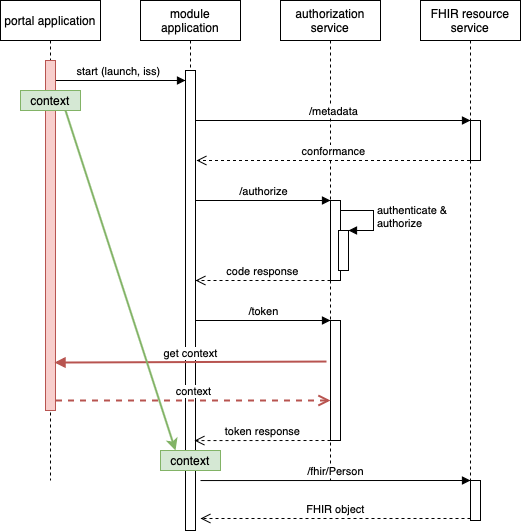
This is diagrams/SMART on FHIR Application Launch Framework - Context.drawio.png from Koppeltaal/Koppeltaal-2.0-SMART-HTI-On-FHIR, a draw.io export, as it was before one commit. Source tidied: cells renumbered, new cells last; positions are measured from the earlier drawing's top-left corner, leaving out a move shared by most shapes. The source it was exported from:
```xml
<mxGraphModel>
  <root>
    <mxCell id="0" />
    <mxCell id="1" parent="0" />
    <mxCell id="2" value="module application" style="shape=umlLifeline;perimeter=lifelinePerimeter;whiteSpace=wrap;html=1;" parent="1" vertex="1">
      <mxGeometry x="140" width="100" height="530" as="geometry" />
    </mxCell>
    <mxCell id="3" style="html=1;points=[];perimeter=orthogonalPerimeter;" parent="2" vertex="1">
      <mxGeometry x="45" y="70" width="10" height="460" as="geometry" />
    </mxCell>
    <mxCell id="4" value="portal application" style="shape=umlLifeline;perimeter=lifelinePerimeter;whiteSpace=wrap;html=1;outlineConnect=0;" parent="1" vertex="1">
      <mxGeometry width="100" height="480" as="geometry" />
    </mxCell>
    <mxCell id="5" value="authorization service" style="shape=umlLifeline;perimeter=lifelinePerimeter;whiteSpace=wrap;html=1;" parent="1" vertex="1">
      <mxGeometry x="280" width="100" height="480" as="geometry" />
    </mxCell>
    <mxCell id="6" value="FHIR resource service" style="shape=umlLifeline;perimeter=lifelinePerimeter;whiteSpace=wrap;html=1;outlineConnect=0;" parent="1" vertex="1">
      <mxGeometry x="420" width="100" height="480" as="geometry" />
    </mxCell>
    <mxCell id="7" value="start (launch, iss)" style="html=1;verticalAlign=bottom;startArrow=oval;endArrow=block;startSize=8;" parent="1" edge="1" source="4" target="3">
      <mxGeometry relative="1" as="geometry">
        <Array as="points">
          <mxPoint x="140" y="80" />
        </Array>
      </mxGeometry>
    </mxCell>
    <mxCell id="8" style="html=1;points=[];perimeter=orthogonalPerimeter;" parent="1" vertex="1">
      <mxGeometry x="470" y="120" width="10" height="40" as="geometry" />
    </mxCell>
    <mxCell id="9" value="/metadata" style="html=1;verticalAlign=bottom;endArrow=block;entryX=0;entryY=0;" parent="1" edge="1" source="3" target="8">
      <mxGeometry relative="1" as="geometry" />
    </mxCell>
    <mxCell id="10" value="conformance" style="html=1;verticalAlign=bottom;endArrow=open;dashed=1;endSize=8;" parent="1" edge="1" source="6">
      <mxGeometry relative="1" as="geometry">
        <mxPoint x="196" y="160" as="targetPoint" />
        <Array as="points">
          <mxPoint x="410" y="160" />
        </Array>
      </mxGeometry>
    </mxCell>
    <mxCell id="11" style="html=1;points=[];perimeter=orthogonalPerimeter;" parent="1" vertex="1">
      <mxGeometry x="330" y="200" width="10" height="80" as="geometry" />
    </mxCell>
    <mxCell id="12" value="/authorize" style="html=1;verticalAlign=bottom;endArrow=block;entryX=0;entryY=0;" parent="1" edge="1" source="3" target="11">
      <mxGeometry relative="1" as="geometry" />
    </mxCell>
    <mxCell id="13" value="code response" style="html=1;verticalAlign=bottom;endArrow=open;dashed=1;endSize=8;exitX=0;exitY=0.95;" parent="1" edge="1">
      <mxGeometry relative="1" as="geometry">
        <mxPoint x="330" y="280" as="sourcePoint" />
        <mxPoint x="195" y="280" as="targetPoint" />
      </mxGeometry>
    </mxCell>
    <mxCell id="14" style="html=1;points=[];perimeter=orthogonalPerimeter;" parent="1" vertex="1">
      <mxGeometry x="338" y="230" width="10" height="40" as="geometry" />
    </mxCell>
    <mxCell id="15" value="authenticate &amp;amp; &lt;br&gt;authorize" style="edgeStyle=orthogonalEdgeStyle;html=1;align=left;spacingLeft=2;endArrow=block;rounded=0;entryX=1;entryY=0;" parent="1" edge="1" target="14">
      <mxGeometry relative="1" as="geometry">
        <mxPoint x="340" y="210" as="sourcePoint" />
        <Array as="points">
          <mxPoint x="373" y="210" />
        </Array>
      </mxGeometry>
    </mxCell>
    <mxCell id="16" style="html=1;points=[];perimeter=orthogonalPerimeter;" parent="1" vertex="1">
      <mxGeometry x="330" y="320" width="10" height="120" as="geometry" />
    </mxCell>
    <mxCell id="17" value="/token" style="html=1;verticalAlign=bottom;endArrow=block;entryX=0;entryY=0;" parent="1" edge="1" target="16">
      <mxGeometry relative="1" as="geometry">
        <mxPoint x="195" y="320" as="sourcePoint" />
      </mxGeometry>
    </mxCell>
    <mxCell id="18" value="token response" style="html=1;verticalAlign=bottom;endArrow=open;dashed=1;endSize=8;exitX=0;exitY=0.95;entryX=0.9;entryY=0.888;entryDx=0;entryDy=0;entryPerimeter=0;" parent="1" edge="1">
      <mxGeometry relative="1" as="geometry">
        <mxPoint x="330" y="440" as="sourcePoint" />
        <mxPoint x="194" y="440.1" as="targetPoint" />
      </mxGeometry>
    </mxCell>
    <mxCell id="19" style="html=1;points=[];perimeter=orthogonalPerimeter;" parent="1" vertex="1">
      <mxGeometry x="470" y="480" width="10" height="40" as="geometry" />
    </mxCell>
    <mxCell id="20" value="/fhir/Person" style="html=1;verticalAlign=bottom;endArrow=block;entryX=0;entryY=0;exitX=1.5;exitY=0.805;exitDx=0;exitDy=0;exitPerimeter=0;" parent="1" edge="1" target="19">
      <mxGeometry relative="1" as="geometry">
        <mxPoint x="200" y="480" as="sourcePoint" />
      </mxGeometry>
    </mxCell>
    <mxCell id="21" value="FHIR object" style="html=1;verticalAlign=bottom;endArrow=open;dashed=1;endSize=8;exitX=0;exitY=0.95;" parent="1" edge="1" source="19">
      <mxGeometry relative="1" as="geometry">
        <mxPoint x="200" y="518" as="targetPoint" />
      </mxGeometry>
    </mxCell>
    <mxCell id="22" style="html=1;points=[];perimeter=orthogonalPerimeter;fillColor=#f8cecc;strokeColor=#b85450;" parent="1" vertex="1">
      <mxGeometry x="45" y="60" width="10" height="350" as="geometry" />
    </mxCell>
    <mxCell id="23" value="get context" style="html=1;verticalAlign=bottom;endArrow=block;exitX=-0.4;exitY=0.342;exitDx=0;exitDy=0;exitPerimeter=0;fillColor=#f8cecc;strokeColor=#b85450;strokeWidth=2;entryX=0.9;entryY=0.863;entryDx=0;entryDy=0;entryPerimeter=0;" parent="1" edge="1" source="16" target="22">
      <mxGeometry relative="1" as="geometry" />
    </mxCell>
    <mxCell id="24" value="context" style="html=1;verticalAlign=bottom;endArrow=open;dashed=1;endSize=8;fillColor=#f8cecc;strokeColor=#b85450;strokeWidth=2;" parent="1" edge="1">
      <mxGeometry relative="1" as="geometry">
        <mxPoint x="55.5" y="400" as="sourcePoint" />
        <mxPoint x="330" y="400" as="targetPoint" />
        <Array as="points">
          <mxPoint x="120.5" y="400" />
        </Array>
      </mxGeometry>
    </mxCell>
    <mxCell id="25" value="context" style="rounded=0;whiteSpace=wrap;html=1;fillColor=#d5e8d4;strokeColor=#82b366;" parent="1" vertex="1">
      <mxGeometry x="20" y="90" width="60" height="20" as="geometry" />
    </mxCell>
    <mxCell id="26" style="endArrow=classic;html=1;exitX=0.75;exitY=1;exitDx=0;exitDy=0;entryX=0.25;entryY=0;entryDx=0;entryDy=0;fillColor=#d5e8d4;strokeColor=#82b366;strokeWidth=2;" parent="1" edge="1" source="25" target="27">
      <mxGeometry relative="1" as="geometry" />
    </mxCell>
    <mxCell id="27" value="context" style="rounded=0;whiteSpace=wrap;html=1;fillColor=#d5e8d4;strokeColor=#82b366;" parent="1" vertex="1">
      <mxGeometry x="160" y="450" width="60" height="20" as="geometry" />
    </mxCell>
  </root>
</mxGraphModel>
```
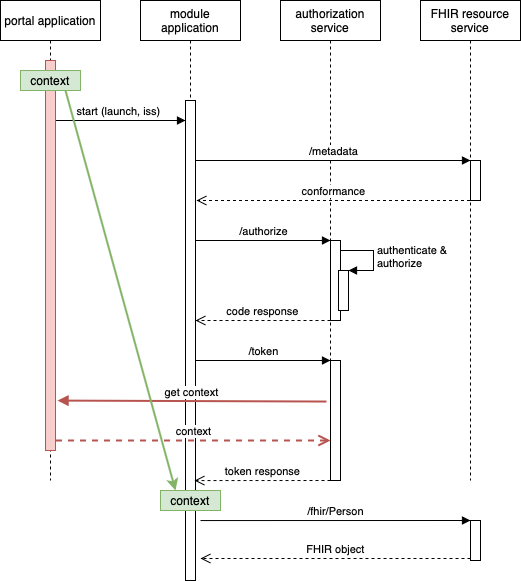
Later version of the same file.

Diff of the diagram source:
```diff
@@ -3,10 +3,10 @@
     <mxCell id="0" />
     <mxCell id="1" parent="0" />
     <mxCell id="2" value="module application" style="shape=umlLifeline;perimeter=lifelinePerimeter;whiteSpace=wrap;html=1;" parent="1" vertex="1">
-      <mxGeometry x="140" width="100" height="530" as="geometry" />
+      <mxGeometry x="140" width="100" height="580" as="geometry" />
     </mxCell>
     <mxCell id="3" style="html=1;points=[];perimeter=orthogonalPerimeter;" parent="2" vertex="1">
-      <mxGeometry x="45" y="70" width="10" height="460" as="geometry" />
+      <mxGeometry x="45" y="100" width="10" height="480" as="geometry" />
     </mxCell>
     <mxCell id="4" value="portal application" style="shape=umlLifeline;perimeter=lifelinePerimeter;whiteSpace=wrap;html=1;outlineConnect=0;" parent="1" vertex="1">
       <mxGeometry width="100" height="480" as="geometry" />
@@ -17,100 +17,107 @@
     <mxCell id="6" value="FHIR resource service" style="shape=umlLifeline;perimeter=lifelinePerimeter;whiteSpace=wrap;html=1;outlineConnect=0;" parent="1" vertex="1">
       <mxGeometry x="420" width="100" height="480" as="geometry" />
     </mxCell>
-    <mxCell id="7" value="start (launch, iss)" style="html=1;verticalAlign=bottom;startArrow=oval;endArrow=block;startSize=8;" parent="1" edge="1" source="4" target="3">
+    <mxCell id="7" value="start (launch, iss)" style="html=1;verticalAlign=bottom;startArrow=oval;endArrow=block;startSize=8;" parent="1" edge="1">
       <mxGeometry relative="1" as="geometry">
+        <mxPoint x="49.5" y="120" as="sourcePoint" />
+        <mxPoint x="185" y="120" as="targetPoint" />
         <Array as="points">
-          <mxPoint x="140" y="80" />
+          <mxPoint x="140" y="120" />
         </Array>
       </mxGeometry>
     </mxCell>
     <mxCell id="8" style="html=1;points=[];perimeter=orthogonalPerimeter;" parent="1" vertex="1">
-      <mxGeometry x="470" y="120" width="10" height="40" as="geometry" />
+      <mxGeometry x="470" y="160" width="10" height="40" as="geometry" />
     </mxCell>
-    <mxCell id="9" value="/metadata" style="html=1;verticalAlign=bottom;endArrow=block;entryX=0;entryY=0;" parent="1" edge="1" source="3" target="8">
-      <mxGeometry relative="1" as="geometry" />
+    <mxCell id="9" value="/metadata" style="html=1;verticalAlign=bottom;endArrow=block;entryX=0;entryY=0;" parent="1" edge="1" target="8">
+      <mxGeometry relative="1" as="geometry">
+        <mxPoint x="195" y="160" as="sourcePoint" />
+      </mxGeometry>
     </mxCell>
-    <mxCell id="10" value="conformance" style="html=1;verticalAlign=bottom;endArrow=open;dashed=1;endSize=8;" parent="1" edge="1" source="6">
+    <mxCell id="10" value="conformance" style="html=1;verticalAlign=bottom;endArrow=open;dashed=1;endSize=8;" parent="1" edge="1">
       <mxGeometry relative="1" as="geometry">
-        <mxPoint x="196" y="160" as="targetPoint" />
+        <mxPoint x="469.5" y="200" as="sourcePoint" />
+        <mxPoint x="196" y="200" as="targetPoint" />
         <Array as="points">
-          <mxPoint x="410" y="160" />
+          <mxPoint x="410" y="200" />
         </Array>
       </mxGeometry>
     </mxCell>
     <mxCell id="11" style="html=1;points=[];perimeter=orthogonalPerimeter;" parent="1" vertex="1">
-      <mxGeometry x="330" y="200" width="10" height="80" as="geometry" />
+      <mxGeometry x="330" y="240" width="10" height="80" as="geometry" />
     </mxCell>
-    <mxCell id="12" value="/authorize" style="html=1;verticalAlign=bottom;endArrow=block;entryX=0;entryY=0;" parent="1" edge="1" source="3" target="11">
-      <mxGeometry relative="1" as="geometry" />
+    <mxCell id="12" value="/authorize" style="html=1;verticalAlign=bottom;endArrow=block;entryX=0;entryY=0;" parent="1" edge="1" target="11">
+      <mxGeometry relative="1" as="geometry">
+        <mxPoint x="195" y="240" as="sourcePoint" />
+      </mxGeometry>
     </mxCell>
     <mxCell id="13" value="code response" style="html=1;verticalAlign=bottom;endArrow=open;dashed=1;endSize=8;exitX=0;exitY=0.95;" parent="1" edge="1">
       <mxGeometry relative="1" as="geometry">
-        <mxPoint x="330" y="280" as="sourcePoint" />
-        <mxPoint x="195" y="280" as="targetPoint" />
+        <mxPoint x="330" y="320" as="sourcePoint" />
+        <mxPoint x="195" y="320" as="targetPoint" />
       </mxGeometry>
     </mxCell>
     <mxCell id="14" style="html=1;points=[];perimeter=orthogonalPerimeter;" parent="1" vertex="1">
-      <mxGeometry x="338" y="230" width="10" height="40" as="geometry" />
+      <mxGeometry x="338" y="270" width="10" height="40" as="geometry" />
     </mxCell>
     <mxCell id="15" value="authenticate &amp;amp; &lt;br&gt;authorize" style="edgeStyle=orthogonalEdgeStyle;html=1;align=left;spacingLeft=2;endArrow=block;rounded=0;entryX=1;entryY=0;" parent="1" edge="1" target="14">
       <mxGeometry relative="1" as="geometry">
-        <mxPoint x="340" y="210" as="sourcePoint" />
+        <mxPoint x="340" y="250" as="sourcePoint" />
         <Array as="points">
-          <mxPoint x="373" y="210" />
+          <mxPoint x="373" y="250" />
         </Array>
       </mxGeometry>
     </mxCell>
     <mxCell id="16" style="html=1;points=[];perimeter=orthogonalPerimeter;" parent="1" vertex="1">
-      <mxGeometry x="330" y="320" width="10" height="120" as="geometry" />
+      <mxGeometry x="330" y="360" width="10" height="120" as="geometry" />
     </mxCell>
     <mxCell id="17" value="/token" style="html=1;verticalAlign=bottom;endArrow=block;entryX=0;entryY=0;" parent="1" edge="1" target="16">
       <mxGeometry relative="1" as="geometry">
-        <mxPoint x="195" y="320" as="sourcePoint" />
+        <mxPoint x="195" y="360" as="sourcePoint" />
       </mxGeometry>
     </mxCell>
     <mxCell id="18" value="token response" style="html=1;verticalAlign=bottom;endArrow=open;dashed=1;endSize=8;exitX=0;exitY=0.95;entryX=0.9;entryY=0.888;entryDx=0;entryDy=0;entryPerimeter=0;" parent="1" edge="1">
       <mxGeometry relative="1" as="geometry">
-        <mxPoint x="330" y="440" as="sourcePoint" />
-        <mxPoint x="194" y="440.1" as="targetPoint" />
+        <mxPoint x="330" y="480" as="sourcePoint" />
+        <mxPoint x="194" y="480.1" as="targetPoint" />
       </mxGeometry>
     </mxCell>
     <mxCell id="19" style="html=1;points=[];perimeter=orthogonalPerimeter;" parent="1" vertex="1">
-      <mxGeometry x="470" y="480" width="10" height="40" as="geometry" />
+      <mxGeometry x="470" y="520" width="10" height="40" as="geometry" />
     </mxCell>
     <mxCell id="20" value="/fhir/Person" style="html=1;verticalAlign=bottom;endArrow=block;entryX=0;entryY=0;exitX=1.5;exitY=0.805;exitDx=0;exitDy=0;exitPerimeter=0;" parent="1" edge="1" target="19">
       <mxGeometry relative="1" as="geometry">
-        <mxPoint x="200" y="480" as="sourcePoint" />
+        <mxPoint x="200" y="520" as="sourcePoint" />
       </mxGeometry>
     </mxCell>
     <mxCell id="21" value="FHIR object" style="html=1;verticalAlign=bottom;endArrow=open;dashed=1;endSize=8;exitX=0;exitY=0.95;" parent="1" edge="1" source="19">
       <mxGeometry relative="1" as="geometry">
-        <mxPoint x="200" y="518" as="targetPoint" />
+        <mxPoint x="200" y="558" as="targetPoint" />
       </mxGeometry>
     </mxCell>
     <mxCell id="22" style="html=1;points=[];perimeter=orthogonalPerimeter;fillColor=#f8cecc;strokeColor=#b85450;" parent="1" vertex="1">
-      <mxGeometry x="45" y="60" width="10" height="350" as="geometry" />
+      <mxGeometry x="45" y="60" width="10" height="390" as="geometry" />
     </mxCell>
-    <mxCell id="23" value="get context" style="html=1;verticalAlign=bottom;endArrow=block;exitX=-0.4;exitY=0.342;exitDx=0;exitDy=0;exitPerimeter=0;fillColor=#f8cecc;strokeColor=#b85450;strokeWidth=2;entryX=0.9;entryY=0.863;entryDx=0;entryDy=0;entryPerimeter=0;" parent="1" edge="1" source="16" target="22">
+    <mxCell id="23" value="get context" style="html=1;verticalAlign=bottom;endArrow=block;exitX=-0.4;exitY=0.342;exitDx=0;exitDy=0;exitPerimeter=0;fillColor=#f8cecc;strokeColor=#b85450;strokeWidth=2;entryX=1.2;entryY=0.872;entryDx=0;entryDy=0;entryPerimeter=0;" parent="1" edge="1" source="16" target="22">
       <mxGeometry relative="1" as="geometry" />
     </mxCell>
     <mxCell id="24" value="context" style="html=1;verticalAlign=bottom;endArrow=open;dashed=1;endSize=8;fillColor=#f8cecc;strokeColor=#b85450;strokeWidth=2;" parent="1" edge="1">
       <mxGeometry relative="1" as="geometry">
-        <mxPoint x="55.5" y="400" as="sourcePoint" />
-        <mxPoint x="330" y="400" as="targetPoint" />
+        <mxPoint x="55.5" y="440" as="sourcePoint" />
+        <mxPoint x="330" y="440" as="targetPoint" />
         <Array as="points">
-          <mxPoint x="120.5" y="400" />
+          <mxPoint x="120.5" y="440" />
         </Array>
       </mxGeometry>
     </mxCell>
     <mxCell id="25" value="context" style="rounded=0;whiteSpace=wrap;html=1;fillColor=#d5e8d4;strokeColor=#82b366;" parent="1" vertex="1">
-      <mxGeometry x="20" y="90" width="60" height="20" as="geometry" />
+      <mxGeometry x="20" y="70" width="60" height="20" as="geometry" />
     </mxCell>
     <mxCell id="26" style="endArrow=classic;html=1;exitX=0.75;exitY=1;exitDx=0;exitDy=0;entryX=0.25;entryY=0;entryDx=0;entryDy=0;fillColor=#d5e8d4;strokeColor=#82b366;strokeWidth=2;" parent="1" edge="1" source="25" target="27">
       <mxGeometry relative="1" as="geometry" />
     </mxCell>
     <mxCell id="27" value="context" style="rounded=0;whiteSpace=wrap;html=1;fillColor=#d5e8d4;strokeColor=#82b366;" parent="1" vertex="1">
-      <mxGeometry x="160" y="450" width="60" height="20" as="geometry" />
+      <mxGeometry x="160" y="490" width="60" height="20" as="geometry" />
     </mxCell>
   </root>
 </mxGraphModel>
```
